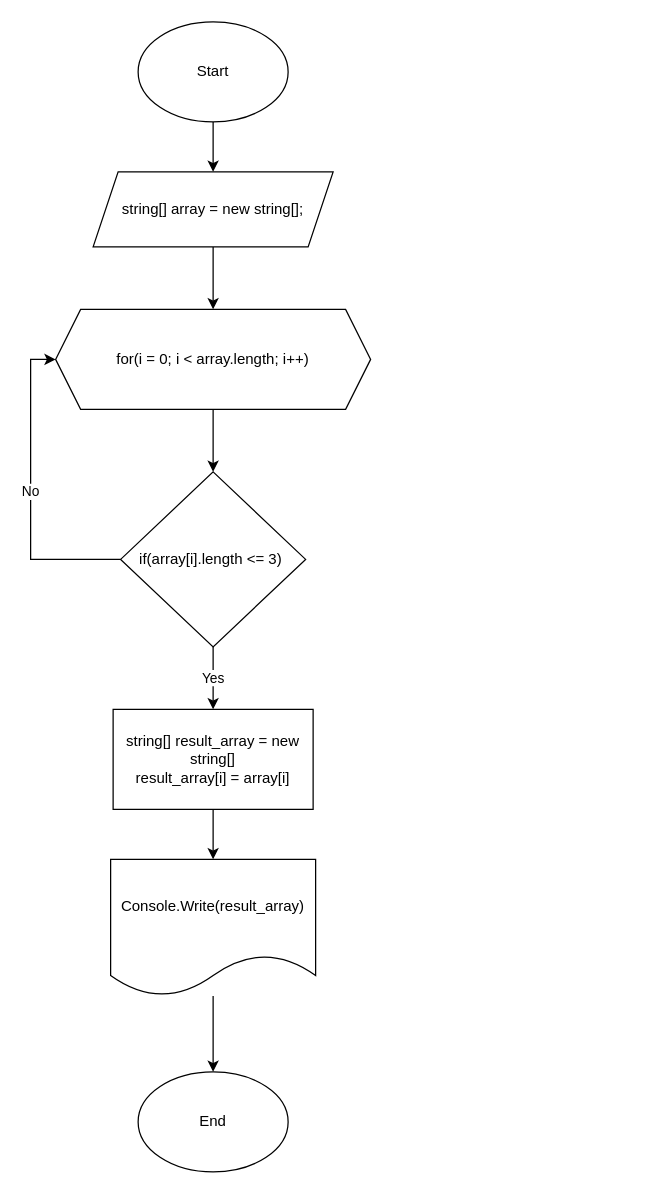
Udaltsov-an/FINALWORK_1 keeps this draw.io diagram as task_2.drawio. Above is the earlier version. Source tidied: cells renumbered, new cells numbered last; positions are measured from the earlier drawing's top-left corner, leaving out a move shared by most shapes. Both pictures are drawn from the tidied source at 125%, with x=0, y=0 at pixel (30, 21).
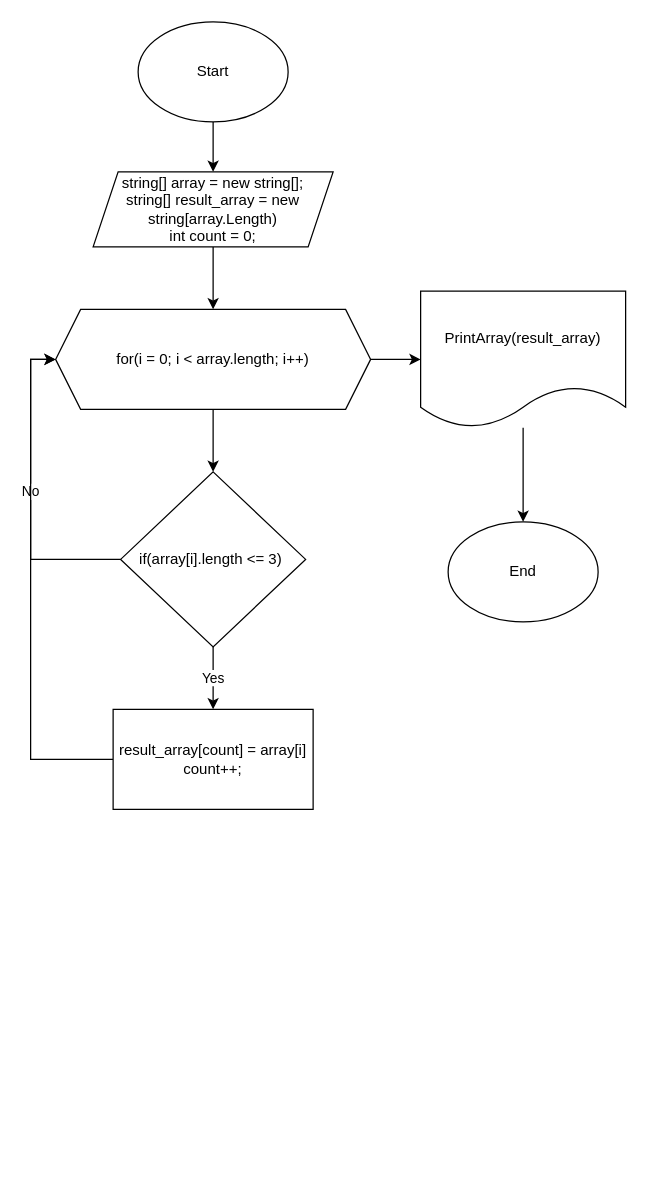
After the change.

Commit message (it also covers changes not shown here):
Добавление png версии блок-схемы

Unchanged cells that the change refers to:
```xml
<mxCell id="10" value="for(i = 0; i &amp;lt; array.length; i++)" style="shape=hexagon;perimeter=hexagonPerimeter2;whiteSpace=wrap;html=1;fixedSize=1;" parent="1" vertex="1">
  <mxGeometry x="20" y="230" width="252" height="80" as="geometry" />
</mxCell>
```

Diff of the diagram source:
```diff
@@
-    <mxCell id="5" value="string[] array = new string[];" style="shape=parallelogram;perimeter=parallelogramPerimeter;whiteSpace=wrap;html=1;fixedSize=1;" parent="1" vertex="1">
+    <mxCell id="5" value="string[] array = new string[];&lt;br&gt;string[] result_array = new string[array.Length)&lt;br&gt;int count = 0;" style="shape=parallelogram;perimeter=parallelogramPerimeter;whiteSpace=wrap;html=1;fixedSize=1;" parent="1" vertex="1">
       <mxGeometry x="50" y="120" width="192" height="60" as="geometry" />
     </mxCell>
@@
+    <mxCell id="16" style="edgeStyle=orthogonalEdgeStyle;rounded=0;jettySize=auto;html=1;" parent="1" edge="1" source="10" target="15">
+      <mxGeometry relative="1" as="geometry" />
+    </mxCell>
@@
-    <mxCell id="11" style="edgeStyle=orthogonalEdgeStyle;rounded=0;jettySize=auto;html=1;" parent="1" edge="1" source="12" target="15">
-      <mxGeometry relative="1" as="geometry" />
-    </mxCell>
+    <mxCell id="17" style="edgeStyle=orthogonalEdgeStyle;rounded=0;jettySize=auto;html=1;entryX=0;entryY=0.5;entryDx=0;entryDy=0;" parent="1" edge="1" source="12" target="10">
+      <mxGeometry relative="1" as="geometry">
+        <Array as="points">
+          <mxPoint y="590" />
+          <mxPoint y="270" />
+        </Array>
+      </mxGeometry>
+    </mxCell>
-    <mxCell id="12" value="string[] result_array = new string[]&lt;br&gt;result_array[i] = array[i]" style="rounded=0;whiteSpace=wrap;html=1;" parent="1" vertex="1">
+    <mxCell id="12" value="result_array[count] = array[i]&lt;br&gt;count++;" style="rounded=0;whiteSpace=wrap;html=1;" parent="1" vertex="1">
       <mxGeometry x="66" y="550" width="160" height="80" as="geometry" />
     </mxCell>
     <mxCell id="13" value="End" style="ellipse;whiteSpace=wrap;html=1;" parent="1" vertex="1">
-      <mxGeometry x="86" y="840" width="120" height="80" as="geometry" />
+      <mxGeometry x="334" y="400" width="120" height="80" as="geometry" />
     </mxCell>
@@
-    <mxCell id="15" value="Console.Write(result_array)" style="shape=document;whiteSpace=wrap;html=1;boundedLbl=1;" parent="1" vertex="1">
-      <mxGeometry x="64" y="670" width="164" height="109.3" as="geometry" />
+    <mxCell id="15" value="PrintArray(result_array)" style="shape=document;whiteSpace=wrap;html=1;boundedLbl=1;" parent="1" vertex="1">
+      <mxGeometry x="312" y="215.3" width="164" height="109.3" as="geometry" />
     </mxCell>
```
